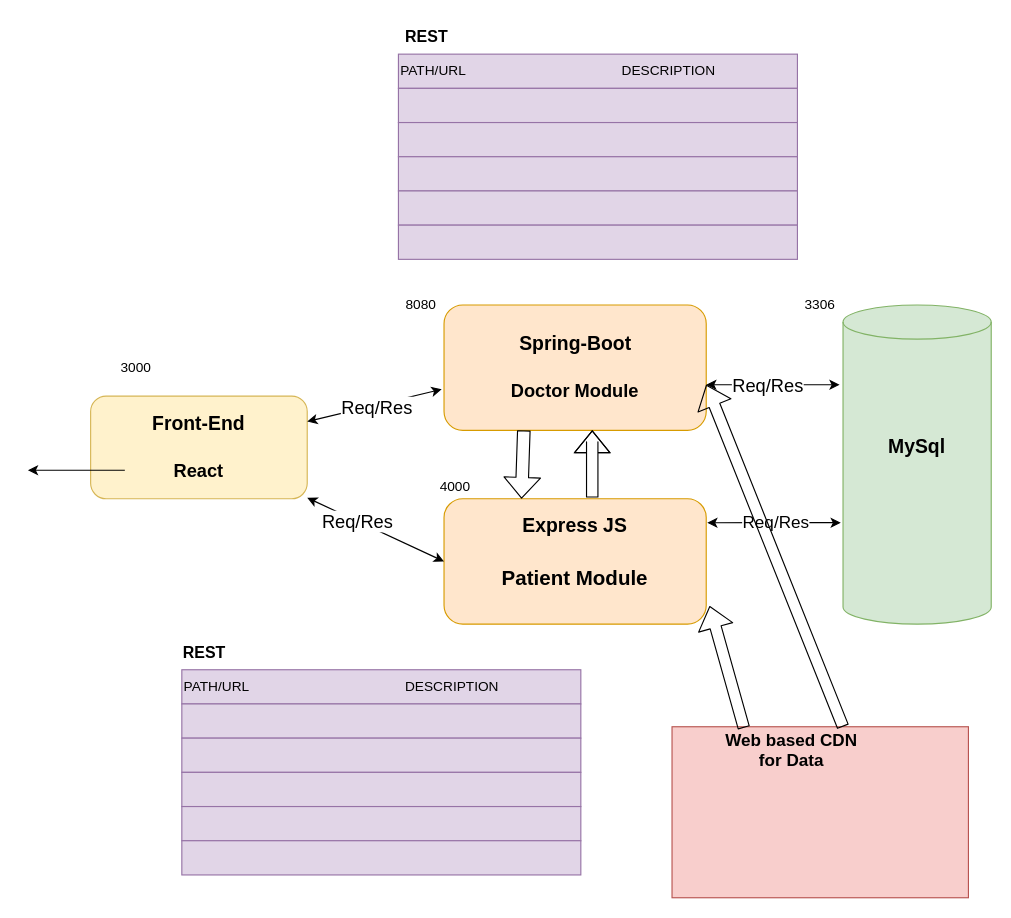
cdacproject786/PROJECT-DOCUMENTATION-MODULE keeps this draw.io diagram as database/diag/architecture-diag.drawio. Above is the earlier version. Source tidied: cells renumbered, new cells numbered last; positions are measured from the earlier drawing's top-left corner, leaving out a move shared by most shapes. Both pictures are drawn from the tidied source at 114%, with x=0, y=0 at pixel (27, 19).
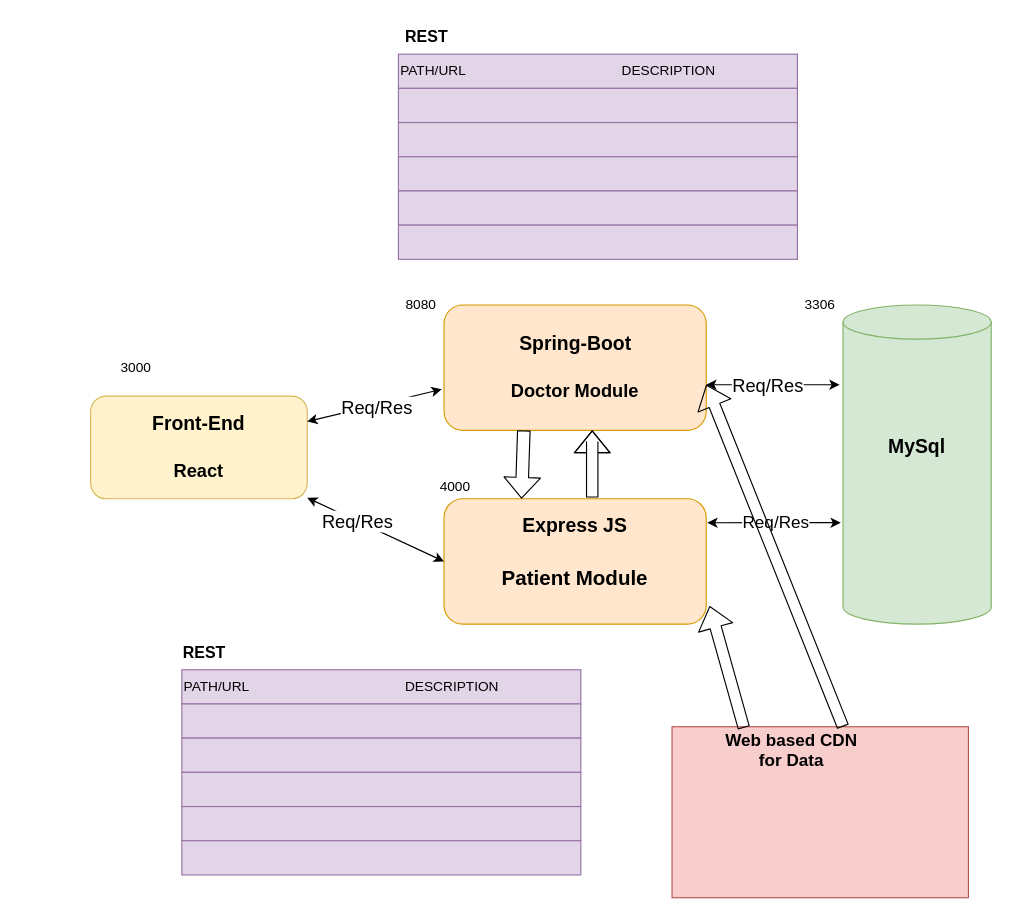
The same diagram, later.

Unchanged cells that the change refers to:
```xml
<mxCell id="21" value="&lt;font style=&quot;font-size: 16px&quot;&gt;&lt;b&gt;React&lt;/b&gt;&lt;/font&gt;" style="text;html=1;strokeColor=none;fillColor=none;align=center;verticalAlign=middle;whiteSpace=wrap;rounded=0;" parent="1" vertex="1">
  <mxGeometry x="85" y="380" width="130" height="30" as="geometry" />
</mxCell>
```

What changed in the source:
```diff
@@
-    <mxCell id="20" style="edgeStyle=orthogonalEdgeStyle;rounded=0;jettySize=auto;html=1;" parent="1" edge="1" source="21">
-      <mxGeometry relative="1" as="geometry">
-        <mxPoint y="395" as="targetPoint" />
-      </mxGeometry>
-    </mxCell>
```
